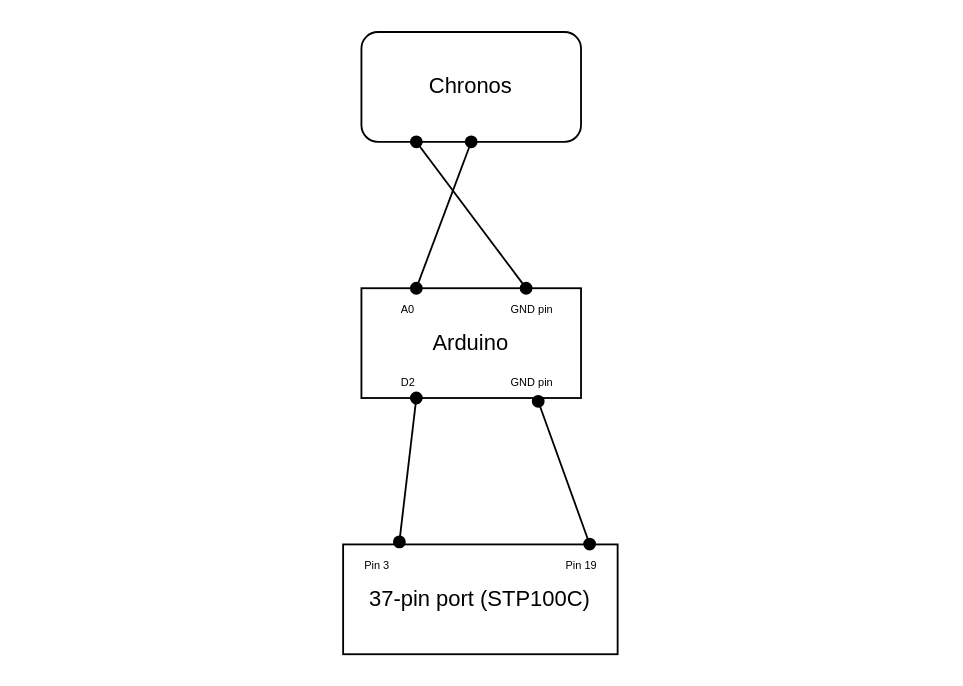
The draw.io diagram photosensor_biopac/diagram.drawio in neuropsychology/NeuroBox, before the edit. Source tidied: cells renumbered, new cells numbered last; positions are measured from the earlier drawing's top-left corner, leaving out a move shared by most shapes. Both pictures are drawn from the tidied source at 183%, with x=0, y=0 at pixel (342, 31).
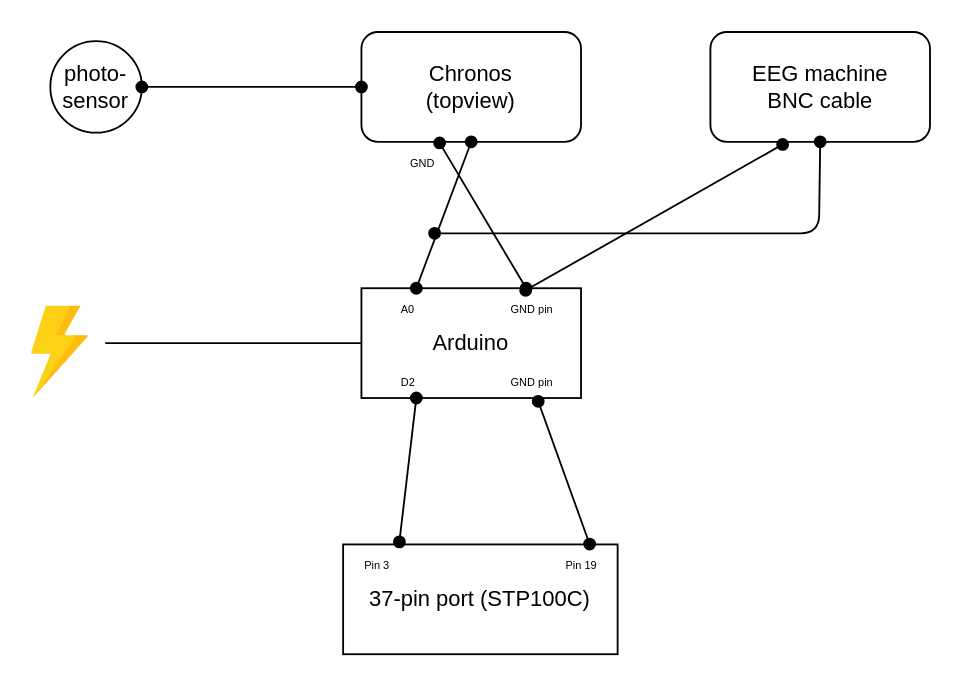
The same diagram, later.

Commit message:
update elec diagram

Unchanged cells that the change refers to:
```xml
<mxCell id="3" value="Arduino" style="rounded=0;whiteSpace=wrap;html=1;" parent="1" vertex="1">
  <mxGeometry x="10" y="140" width="120" height="60" as="geometry" />
</mxCell>
<mxCell id="5" value="&lt;font style=&quot;font-size: 6px&quot;&gt;GND pin&lt;/font&gt;" style="text;html=1;points=[];align=left;verticalAlign=top;spacingTop=-4;" parent="1" vertex="1">
  <mxGeometry x="90" y="140" width="40" height="20" as="geometry" />
</mxCell>
```

The edit, as a diff of the source:
```diff
@@
-    <mxCell id="2" value="Chronos" style="rounded=1;whiteSpace=wrap;html=1;" parent="1" vertex="1">
+    <mxCell id="2" value="Chronos&lt;br&gt;(topview)&lt;br&gt;" style="rounded=1;whiteSpace=wrap;html=1;" parent="1" vertex="1">
       <mxGeometry x="10" width="120" height="60" as="geometry" />
     </mxCell>
@@
-    <mxCell id="4" style="endArrow=oval;html=1;endFill=1;startArrow=oval;startFill=1;entryX=0.25;entryY=1;entryDx=0;entryDy=0;exitX=0.75;exitY=0;exitDx=0;exitDy=0;" parent="1" edge="1" source="3" target="2">
+    <mxCell id="4" style="endArrow=oval;html=1;endFill=1;startArrow=oval;startFill=1;entryX=0.356;entryY=1.01;entryDx=0;entryDy=0;exitX=0.75;exitY=0;exitDx=0;exitDy=0;entryPerimeter=0;" parent="1" edge="1" source="3" target="2">
       <mxGeometry relative="1" as="geometry" />
     </mxCell>
@@
+    <mxCell id="15" value="&lt;font style=&quot;font-size: 6px&quot;&gt;GND&lt;/font&gt;" style="text;html=1;align=left;verticalAlign=top;spacingTop=-4;" parent="1" vertex="1">
+      <mxGeometry x="35" y="60" width="30" height="20" as="geometry" />
+    </mxCell>
+    <mxCell id="16" value="EEG machine&lt;br&gt;BNC cable&lt;br&gt;" style="rounded=1;whiteSpace=wrap;html=1;" parent="1" vertex="1">
+      <mxGeometry x="200.7" width="120" height="60" as="geometry" />
+    </mxCell>
+    <mxCell id="17" style="endArrow=oval;html=1;endFill=1;startArrow=oval;startFill=1;entryX=0.5;entryY=1;entryDx=0;entryDy=0;" parent="1" edge="1" target="16">
+      <mxGeometry relative="1" as="geometry">
+        <mxPoint x="50" y="110" as="sourcePoint" />
+        <Array as="points">
+          <mxPoint x="260" y="110" />
+        </Array>
+      </mxGeometry>
+    </mxCell>
+    <mxCell id="18" style="endArrow=oval;html=1;endFill=1;startArrow=oval;startFill=1;entryX=0.329;entryY=1.024;entryDx=0;entryDy=0;entryPerimeter=0;exitX=0.244;exitY=0.056;exitDx=0;exitDy=0;exitPerimeter=0;" parent="1" edge="1" source="5" target="16">
+      <mxGeometry relative="1" as="geometry">
+        <Array as="points">
+          <mxPoint x="100" y="141" />
+        </Array>
+      </mxGeometry>
+    </mxCell>
+    <mxCell id="19" style="html=1;perimeter=none;align=center;shadow=0;dashed=0;image;fontSize=12;image=img/lib/mscae/Power.svg;" parent="1" vertex="1">
+      <mxGeometry x="-170" y="150" width="31" height="50" as="geometry" />
+    </mxCell>
+    <mxCell id="20" style="endArrow=none;html=1;entryX=0;entryY=0.5;entryDx=0;entryDy=0;" parent="1" edge="1" target="3">
+      <mxGeometry relative="1" as="geometry">
+        <mxPoint x="-130" y="170" as="sourcePoint" />
+      </mxGeometry>
+    </mxCell>
+    <mxCell id="21" value="photo-sensor" style="ellipse;whiteSpace=wrap;html=1;" parent="1" vertex="1">
+      <mxGeometry x="-160" y="5" width="50" height="50" as="geometry" />
+    </mxCell>
+    <mxCell id="22" style="endArrow=oval;html=1;endFill=1;startArrow=oval;startFill=1;entryX=0;entryY=0.5;entryDx=0;entryDy=0;exitX=1;exitY=0.5;exitDx=0;exitDy=0;" parent="1" edge="1" source="21" target="2">
+      <mxGeometry relative="1" as="geometry" />
+    </mxCell>
```
